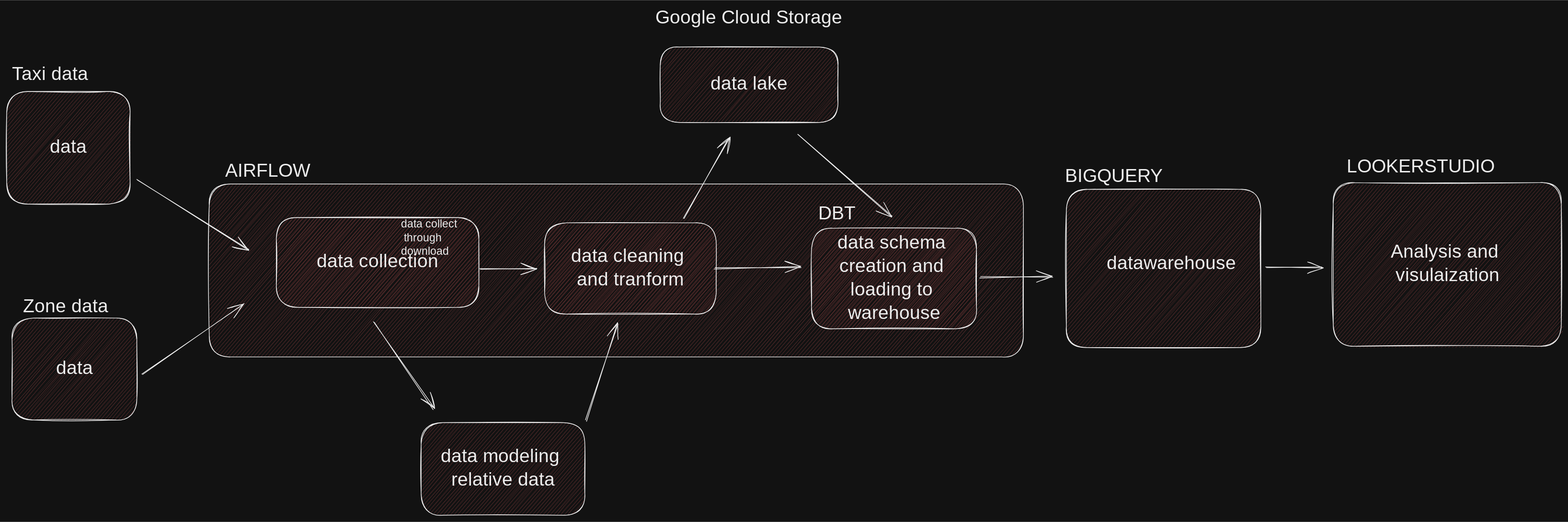
Above: reports/figures/taxi_ELT.excalidraw.svg in rr4323/Uber-Data-Analysis (Excalidraw), before the change. Source tidied: one line per element, renumbered; positions are measured from the earlier drawing's top-left corner, leaving out a move shared by most shapes.
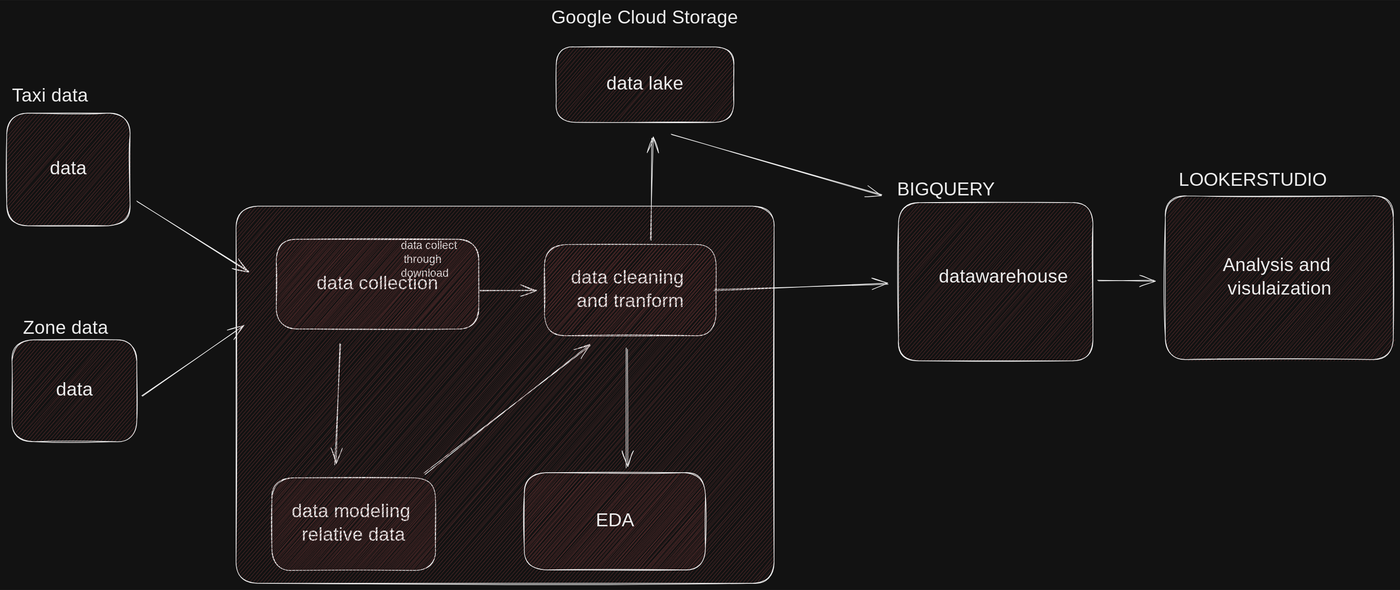
Above is the later version.

Commit message:
completed data analysis part

Diff of the diagram source:
```diff
@@ -1,21 +1,16 @@
-{"id": 0, "type": "rectangle", "strokeColor": "#000000", "backgroundColor": "#ffc9c9", "fillStyle": "hachure", "strokeWidth": 1, "roughness": 1, "round": true, "x": 302, "y": 264, "width": 1214, "height": 258}
-{"id": 1, "type": "text", "text": "AIRFLOW", "strokeColor": "#000000", "backgroundColor": "#ffc9c9", "fillStyle": "hachure", "strokeWidth": 1, "roughness": 1, "fontSize": 28, "fontFamily": 1, "x": 326, "y": 228, "width": 127, "height": 35}
 {"id": 2, "type": "rectangle", "strokeColor": "#000000", "backgroundColor": "#ffc9c9", "fillStyle": "hachure", "strokeWidth": 1, "roughness": 1, "round": true, "x": 802, "y": 322, "width": 256, "height": 136}
 {"id": 3, "type": "text", "text": "data cleaning \nand tranform", "strokeColor": "#000000", "backgroundColor": "#ffc9c9", "fillStyle": "hachure", "strokeWidth": 1, "roughness": 1, "fontSize": 28, "fontFamily": 1, "textAlign": "center", "verticalAlign": "middle", "inside": 2, "x": 831, "y": 355, "width": 199, "height": 70}
-{"id": 4, "type": "rectangle", "strokeColor": "#000000", "backgroundColor": "#ffc9c9", "fillStyle": "hachure", "strokeWidth": 1, "roughness": 1, "round": true, "x": 1200, "y": 330, "width": 246, "height": 150}
-{"id": 5, "type": "text", "text": "data schema \ncreation and \nloading to \nwarehouse", "strokeColor": "#000000", "backgroundColor": "#ffc9c9", "fillStyle": "hachure", "strokeWidth": 1, "roughness": 1, "fontSize": 28, "fontFamily": 1, "textAlign": "center", "verticalAlign": "middle", "inside": 4, "x": 1227, "y": 335, "width": 192, "height": 140}
-{"id": 6, "type": "rectangle", "strokeColor": "#000000", "backgroundColor": "#ffc9c9", "fillStyle": "hachure", "strokeWidth": 1, "roughness": 1, "round": true, "x": 1580, "y": 272, "width": 290, "height": 236}
+{"id": 6, "type": "rectangle", "strokeColor": "#000000", "backgroundColor": "#ffc9c9", "fillStyle": "hachure", "strokeWidth": 1, "roughness": 1, "round": true, "x": 1330, "y": 260, "width": 290, "height": 236}
-{"id": 7, "type": "text", "text": "BIGQUERY", "strokeColor": "#000000", "backgroundColor": "#ffc9c9", "fillStyle": "hachure", "strokeWidth": 1, "roughness": 1, "fontSize": 28, "fontFamily": 1, "x": 1578, "y": 236, "width": 150, "height": 35}
+{"id": 7, "type": "text", "text": "BIGQUERY", "strokeColor": "#000000", "backgroundColor": "#ffc9c9", "fillStyle": "hachure", "strokeWidth": 1, "roughness": 1, "fontSize": 28, "fontFamily": 1, "x": 1328, "y": 224, "width": 150, "height": 35}
-{"id": 8, "type": "text", "text": "datawarehouse", "strokeColor": "#000000", "backgroundColor": "#ffc9c9", "fillStyle": "hachure", "strokeWidth": 1, "roughness": 1, "fontSize": 28, "fontFamily": 1, "x": 1640, "y": 366, "width": 208, "height": 35}
+{"id": 8, "type": "text", "text": "datawarehouse", "strokeColor": "#000000", "backgroundColor": "#ffc9c9", "fillStyle": "hachure", "strokeWidth": 1, "roughness": 1, "fontSize": 28, "fontFamily": 1, "x": 1390, "y": 354, "width": 208, "height": 35}
-{"id": 9, "type": "arrow", "strokeColor": "#000000", "backgroundColor": "#ffc9c9", "fillStyle": "hachure", "strokeWidth": 1, "roughness": 1, "endArrowhead": "arrow", "round": true, "from": 4, "to": 6, "x": 1452, "y": 403, "width": 108, "height": 0, "points": [[0, 0], [108, 0]]}
-{"id": 10, "type": "rectangle", "strokeColor": "#000000", "backgroundColor": "#ffc9c9", "fillStyle": "hachure", "strokeWidth": 1, "roughness": 1, "round": true, "x": 1978, "y": 262, "width": 340, "height": 244}
+{"id": 10, "type": "rectangle", "strokeColor": "#000000", "backgroundColor": "#ffc9c9", "fillStyle": "hachure", "strokeWidth": 1, "roughness": 1, "round": true, "x": 1728, "y": 250, "width": 340, "height": 244}
-{"id": 11, "type": "text", "text": "Analysis and \nvisulaization", "strokeColor": "#000000", "backgroundColor": "#ffc9c9", "fillStyle": "hachure", "strokeWidth": 1, "roughness": 1, "fontSize": 28, "fontFamily": 1, "textAlign": "center", "verticalAlign": "middle", "inside": 10, "x": 2057, "y": 349, "width": 183, "height": 70}
+{"id": 11, "type": "text", "text": "Analysis and \nvisulaization", "strokeColor": "#000000", "backgroundColor": "#ffc9c9", "fillStyle": "hachure", "strokeWidth": 1, "roughness": 1, "fontSize": 28, "fontFamily": 1, "textAlign": "center", "verticalAlign": "middle", "inside": 10, "x": 1807, "y": 337, "width": 183, "height": 70}
-{"id": 12, "type": "arrow", "strokeColor": "#000000", "backgroundColor": "#ffc9c9", "fillStyle": "hachure", "strokeWidth": 1, "roughness": 1, "endArrowhead": "arrow", "round": true, "from": 6, "to": 10, "x": 1878, "y": 389, "width": 84, "height": 1, "points": [[0, 0], [84, -1]]}
+{"id": 12, "type": "arrow", "strokeColor": "#000000", "backgroundColor": "#ffc9c9", "fillStyle": "hachure", "strokeWidth": 1, "roughness": 1, "endArrowhead": "arrow", "round": true, "from": 6, "to": 10, "x": 1628, "y": 376, "width": 84, "height": 1, "points": [[0, 0], [84, -1]]}
-{"id": 13, "type": "text", "text": "LOOKERSTUDIO", "strokeColor": "#000000", "backgroundColor": "#ffc9c9", "fillStyle": "hachure", "strokeWidth": 1, "roughness": 1, "fontSize": 28, "fontFamily": 1, "x": 1998, "y": 222, "width": 229, "height": 35}
+{"id": 13, "type": "text", "text": "LOOKERSTUDIO", "strokeColor": "#000000", "backgroundColor": "#ffc9c9", "fillStyle": "hachure", "strokeWidth": 1, "roughness": 1, "fontSize": 28, "fontFamily": 1, "x": 1748, "y": 210, "width": 229, "height": 35}
 {"id": 14, "type": "rectangle", "strokeColor": "#000000", "backgroundColor": "#ffc9c9", "fillStyle": "hachure", "strokeWidth": 1, "roughness": 1, "round": true, "x": 402, "y": 314, "width": 302, "height": 134}
 {"id": 15, "type": "text", "text": "data collection", "strokeColor": "#000000", "backgroundColor": "#ffc9c9", "fillStyle": "hachure", "strokeWidth": 1, "roughness": 1, "fontSize": 28, "fontFamily": 1, "textAlign": "center", "verticalAlign": "middle", "inside": 14, "x": 449, "y": 364, "width": 207, "height": 35}
 {"id": 16, "type": "arrow", "strokeColor": "#000000", "backgroundColor": "#ffc9c9", "fillStyle": "hachure", "strokeWidth": 1, "roughness": 1, "endArrowhead": "arrow", "round": true, "from": 14, "to": 2, "x": 706, "y": 391, "width": 84, "height": 0, "points": [[0, 0], [84, 0]]}
-{"id": 17, "type": "arrow", "strokeColor": "#000000", "backgroundColor": "#ffc9c9", "fillStyle": "hachure", "strokeWidth": 1, "roughness": 1, "endArrowhead": "arrow", "round": true, "to": 4, "x": 1056, "y": 390, "width": 128, "height": 2, "points": [[0, 0], [128, -2]]}
+{"id": 17, "type": "arrow", "strokeColor": "#000000", "backgroundColor": "#ffc9c9", "fillStyle": "hachure", "strokeWidth": 1, "roughness": 1, "endArrowhead": "arrow", "round": true, "to": 6, "x": 1056, "y": 390, "width": 258, "height": 9, "points": [[0, 0], [258, -9]]}
 {"id": 18, "type": "rectangle", "strokeColor": "#000000", "backgroundColor": "#ffc9c9", "fillStyle": "hachure", "strokeWidth": 1, "roughness": 1, "round": true, "x": 0, "y": 126, "width": 184, "height": 168}
 {"id": 19, "type": "text", "text": "data", "strokeColor": "#000000", "backgroundColor": "#ffc9c9", "fillStyle": "hachure", "strokeWidth": 1, "roughness": 1, "fontSize": 28, "fontFamily": 1, "textAlign": "center", "verticalAlign": "middle", "inside": 18, "x": 57, "y": 193, "width": 69, "height": 35}
 {"id": 20, "type": "text", "text": "Taxi data", "strokeColor": "#000000", "backgroundColor": "#ffc9c9", "fillStyle": "hachure", "strokeWidth": 1, "roughness": 1, "fontSize": 28, "fontFamily": 1, "x": 8, "y": 84, "width": 146, "height": 35}
@@ -24,14 +19,17 @@
 {"id": 23, "type": "text", "text": "data", "strokeColor": "#000000", "backgroundColor": "#ffc9c9", "fillStyle": "hachure", "strokeWidth": 1, "roughness": 1, "fontSize": 28, "fontFamily": 1, "textAlign": "center", "verticalAlign": "middle", "inside": 22, "x": 66, "y": 523, "width": 69, "height": 35}
 {"id": 24, "type": "text", "text": "Zone data", "strokeColor": "#000000", "backgroundColor": "#ffc9c9", "fillStyle": "hachure", "strokeWidth": 1, "roughness": 1, "fontSize": 28, "fontFamily": 1, "x": 24, "y": 430, "width": 149, "height": 35}
 {"id": 25, "type": "arrow", "strokeColor": "#000000", "backgroundColor": "#ffc9c9", "fillStyle": "hachure", "strokeWidth": 1, "roughness": 1, "endArrowhead": "arrow", "round": true, "from": 22, "x": 202, "y": 548, "width": 152, "height": 104, "points": [[0, 0], [152, -104]]}
-{"id": 26, "type": "arrow", "strokeColor": "#000000", "backgroundColor": "#ffc9c9", "fillStyle": "hachure", "strokeWidth": 1, "roughness": 1, "endArrowhead": "arrow", "round": true, "from": 14, "to": 27, "x": 548, "y": 470, "width": 89, "height": 130, "points": [[0, 0], [89, 130]]}
+{"id": 26, "type": "arrow", "strokeColor": "#000000", "backgroundColor": "#ffc9c9", "fillStyle": "hachure", "strokeWidth": 1, "roughness": 1, "endArrowhead": "arrow", "round": true, "from": 14, "to": 27, "x": 498, "y": 470, "width": 8, "height": 180, "points": [[0, 0], [-8, 180]]}
-{"id": 27, "type": "rectangle", "strokeColor": "#000000", "backgroundColor": "#ffc9c9", "fillStyle": "hachure", "strokeWidth": 1, "roughness": 1, "round": true, "x": 618, "y": 620, "width": 244, "height": 138}
+{"id": 27, "type": "rectangle", "strokeColor": "#000000", "backgroundColor": "#ffc9c9", "fillStyle": "hachure", "strokeWidth": 1, "roughness": 1, "round": true, "x": 396, "y": 670, "width": 244, "height": 138}
-{"id": 28, "type": "text", "text": "data modeling \nrelative data", "strokeColor": "#000000", "backgroundColor": "#ffc9c9", "fillStyle": "hachure", "strokeWidth": 1, "roughness": 1, "fontSize": 28, "fontFamily": 1, "textAlign": "center", "verticalAlign": "middle", "inside": 27, "x": 639, "y": 654, "width": 202, "height": 70}
+{"id": 28, "type": "text", "text": "data modeling \nrelative data", "strokeColor": "#000000", "backgroundColor": "#ffc9c9", "fillStyle": "hachure", "strokeWidth": 1, "roughness": 1, "fontSize": 28, "fontFamily": 1, "textAlign": "center", "verticalAlign": "middle", "inside": 27, "x": 416, "y": 704, "width": 202, "height": 70}
-{"id": 29, "type": "arrow", "strokeColor": "#000000", "backgroundColor": "#ffc9c9", "fillStyle": "hachure", "strokeWidth": 1, "roughness": 1, "endArrowhead": "arrow", "round": true, "from": 27, "to": 2, "x": 864, "y": 617, "width": 47, "height": 145, "points": [[0, 0], [47, -145]]}
+{"id": 29, "type": "arrow", "strokeColor": "#000000", "backgroundColor": "#ffc9c9", "fillStyle": "hachure", "strokeWidth": 1, "roughness": 1, "endArrowhead": "arrow", "round": true, "from": 27, "to": 2, "x": 623, "y": 664, "width": 247, "height": 192, "points": [[0, 0], [247, -192]]}
-{"id": 30, "type": "text", "text": "DBT", "strokeColor": "#000000", "backgroundColor": "#ffc9c9", "fillStyle": "hachure", "strokeWidth": 1, "roughness": 1, "fontSize": 28, "fontFamily": 1, "x": 1210, "y": 292, "width": 65, "height": 35}
 {"id": 31, "type": "text", "text": "data collect\n through \ndownload", "strokeColor": "#000000", "backgroundColor": "#ffc9c9", "fillStyle": "hachure", "strokeWidth": 1, "roughness": 1, "fontSize": 16.32, "fontFamily": 1, "x": 588, "y": 314, "width": 100, "height": 61}
-{"id": 32, "type": "rectangle", "strokeColor": "#000000", "backgroundColor": "#ffc9c9", "fillStyle": "hachure", "strokeWidth": 1, "roughness": 1, "round": true, "x": 974, "y": 60, "width": 265, "height": 112}
+{"id": 32, "type": "rectangle", "strokeColor": "#000000", "backgroundColor": "#ffc9c9", "fillStyle": "hachure", "strokeWidth": 1, "roughness": 1, "round": true, "x": 819, "y": 28, "width": 265, "height": 112}
-{"id": 33, "type": "text", "text": "data lake", "strokeColor": "#000000", "backgroundColor": "#ffc9c9", "fillStyle": "hachure", "strokeWidth": 1, "roughness": 1, "fontSize": 28, "fontFamily": 1, "textAlign": "center", "verticalAlign": "middle", "inside": 32, "x": 1038, "y": 99, "width": 138, "height": 35}
+{"id": 33, "type": "text", "text": "data lake", "strokeColor": "#000000", "backgroundColor": "#ffc9c9", "fillStyle": "hachure", "strokeWidth": 1, "roughness": 1, "fontSize": 28, "fontFamily": 1, "textAlign": "center", "verticalAlign": "middle", "inside": 32, "x": 883, "y": 66, "width": 138, "height": 35}
-{"id": 34, "type": "text", "text": "Google Cloud Storage", "strokeColor": "#000000", "backgroundColor": "#ffc9c9", "fillStyle": "hachure", "strokeWidth": 1, "roughness": 1, "fontSize": 28, "fontFamily": 1, "x": 967, "y": 0, "width": 299, "height": 35}
+{"id": 34, "type": "text", "text": "Google Cloud Storage", "strokeColor": "#000000", "backgroundColor": "#ffc9c9", "fillStyle": "hachure", "strokeWidth": 1, "roughness": 1, "fontSize": 28, "fontFamily": 1, "x": 812, "y": -32, "width": 299, "height": 35}
-{"id": 35, "type": "arrow", "strokeColor": "#000000", "backgroundColor": "#ffc9c9", "fillStyle": "hachure", "strokeWidth": 1, "roughness": 1, "endArrowhead": "arrow", "round": true, "from": 2, "to": 32, "x": 1009, "y": 315, "width": 68, "height": 120, "points": [[0, 0], [68, -120]]}
+{"id": 35, "type": "arrow", "strokeColor": "#000000", "backgroundColor": "#ffc9c9", "fillStyle": "hachure", "strokeWidth": 1, "roughness": 1, "endArrowhead": "arrow", "round": true, "from": 2, "to": 32, "x": 961, "y": 315, "width": 2, "height": 152, "points": [[0, 0], [2, -152]]}
-{"id": 36, "type": "arrow", "strokeColor": "#000000", "backgroundColor": "#ffc9c9", "fillStyle": "hachure", "strokeWidth": 1, "roughness": 1, "endArrowhead": "arrow", "round": true, "from": 32, "to": 4, "x": 1179, "y": 190, "width": 140, "height": 122, "points": [[0, 0], [140, 122]]}
+{"id": 36, "type": "arrow", "strokeColor": "#000000", "backgroundColor": "#ffc9c9", "fillStyle": "hachure", "strokeWidth": 1, "roughness": 1, "endArrowhead": "arrow", "round": true, "from": 32, "to": 6, "x": 991, "y": 158, "width": 314, "height": 91, "points": [[0, 0], [314, 91]]}
+{"id": 37, "type": "rectangle", "strokeColor": "#000000", "backgroundColor": "#ffc9c9", "fillStyle": "hachure", "strokeWidth": 1, "roughness": 1, "round": true, "x": 342, "y": 265, "width": 802, "height": 562}
+{"id": 38, "type": "rectangle", "strokeColor": "#000000", "backgroundColor": "#ffc9c9", "fillStyle": "hachure", "strokeWidth": 1, "roughness": 1, "round": true, "x": 772, "y": 662, "width": 270, "height": 145}
+{"id": 39, "type": "text", "text": "EDA", "strokeColor": "#000000", "backgroundColor": "#ffc9c9", "fillStyle": "hachure", "strokeWidth": 1, "roughness": 1, "fontSize": 28, "fontFamily": 1, "textAlign": "center", "verticalAlign": "middle", "inside": 38, "x": 877, "y": 718, "width": 59, "height": 35}
+{"id": 40, "type": "arrow", "strokeColor": "#000000", "backgroundColor": "#ffc9c9", "fillStyle": "hachure", "strokeWidth": 1, "roughness": 1, "endArrowhead": "arrow", "round": true, "from": 2, "to": 38, "x": 924, "y": 478, "width": 0, "height": 178, "points": [[0, 0], [0, 178]]}
```
